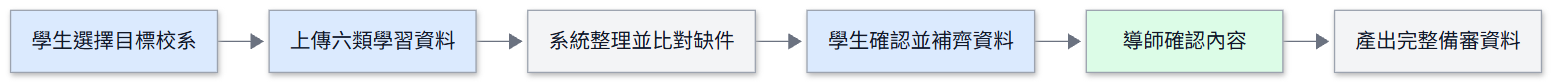
Above: docs/images/D-15-report-overview.png in vujhdcusa/1028 (Mermaid), before the change. Its source is kept beside it as docs/images/D-15-report-overview.mmd.
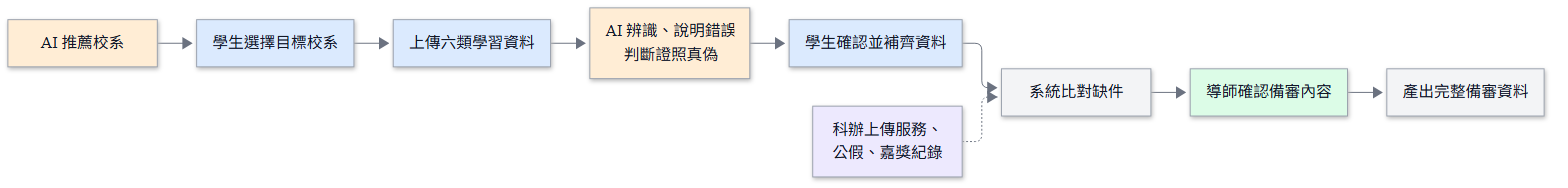
The same file after the commit.

Change to the diagram source:
```diff
@@ -4,9 +4,14 @@
     classDef system fill:#F3F4F6,stroke:#9CA3AF,color:#111827,stroke-width:1px;
     classDef teacher fill:#DCFCE7,stroke:#9CA3AF,color:#111827,stroke-width:1px;
     classDef staff fill:#EDE9FE,stroke:#9CA3AF,color:#111827,stroke-width:1px;
+    classDef ai fill:#FFEDD5,stroke:#9CA3AF,color:#111827,stroke-width:1px;
 
-    Target[學生選擇目標校系]:::student --> Upload[上傳六類學習資料]:::student
-    Upload --> Core[系統整理並比對缺件]:::system
-    Core --> Confirm[學生確認並補齊資料]:::student
-    Confirm --> Teacher[導師確認內容]:::teacher
+    Recommend[AI 推薦校系]:::ai --> Target[學生選擇目標校系]:::student
+    Target --> Upload[上傳六類學習資料]:::student
+    Upload --> Check[AI 辨識、說明錯誤<br/>判斷證照真偽]:::ai
+    Check --> Confirm[學生確認並補齊資料]:::student
+    Staff[科辦上傳服務、<br/>公假、嘉獎紀錄]:::staff -.-> Core
+    Confirm --> Core[系統比對缺件]:::system
+    Core --> Teacher
+    Teacher[導師確認備審內容]:::teacher
     Teacher --> Output[產出完整備審資料]:::system
```
